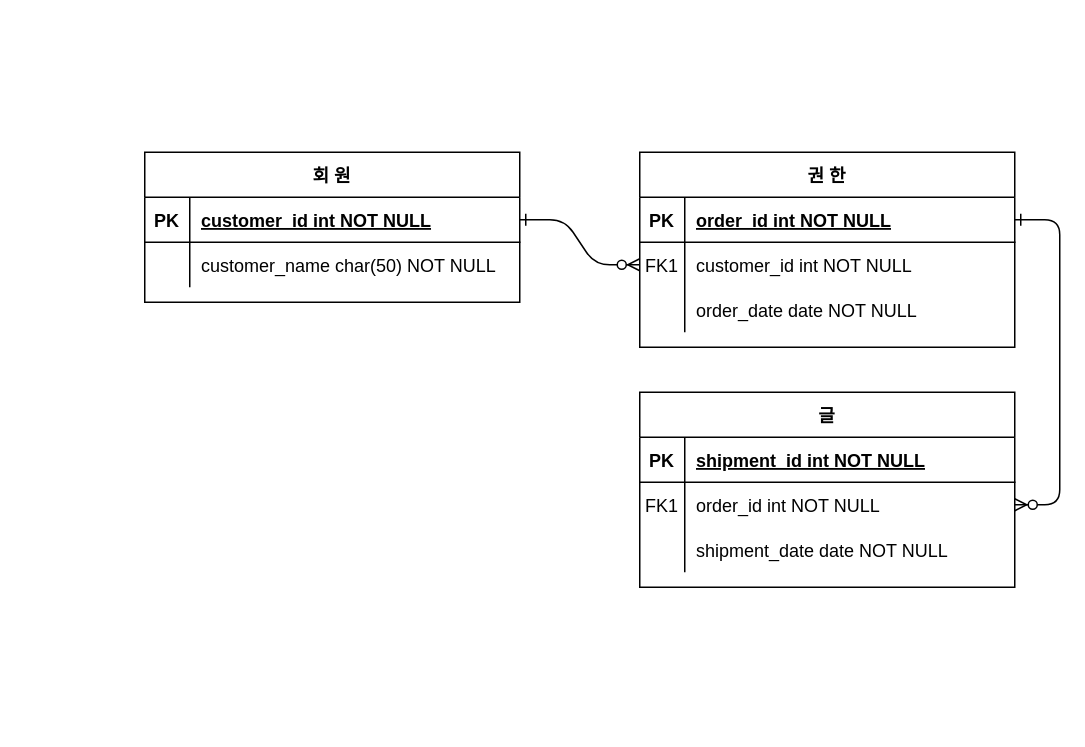
Earlier version of the draw.io diagram community_ero.drawio (kjw1995/community). Source tidied: cells renumbered, new cells numbered last; positions are measured from the earlier drawing's top-left corner, leaving out a move shared by most shapes. Both pictures are drawn from the tidied source at 150%, with x=0, y=0 at pixel (144, 152).
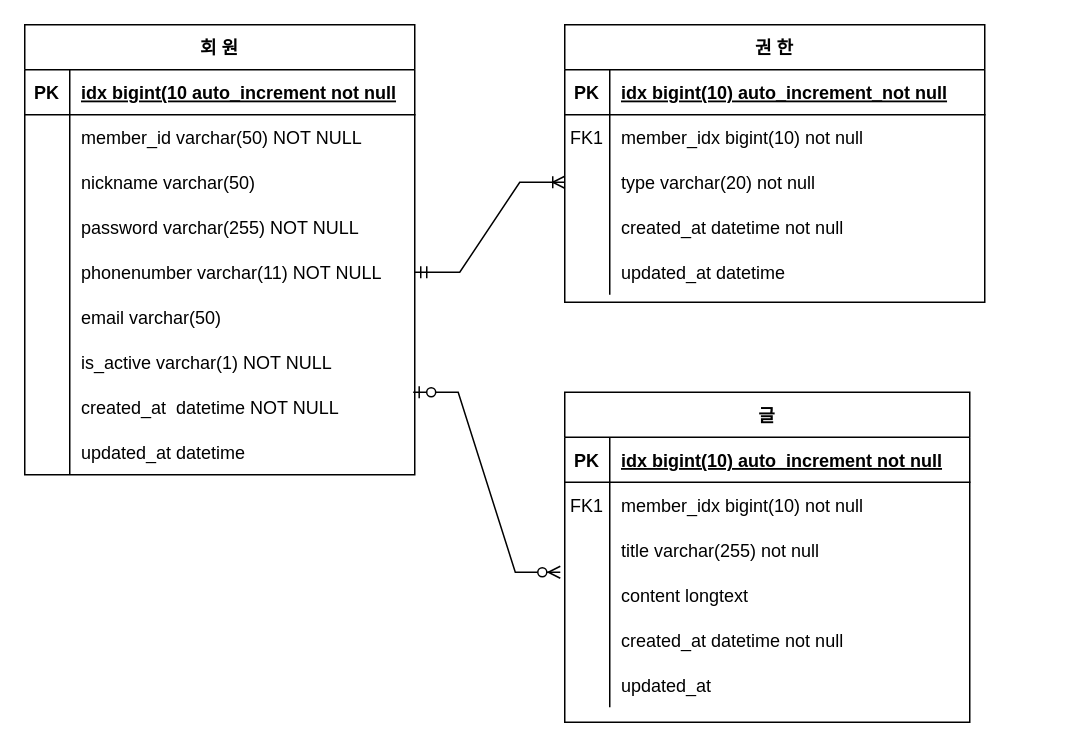
Above is the later version.

Commit message:
E-R 다이어그램 수정

What changed in the source:
```diff
@@
-    <mxCell id="2" style="edgeStyle=entityRelationEdgeStyle;endArrow=ERzeroToMany;startArrow=ERone;endFill=1;startFill=0;" parent="1" edge="1" source="25" target="8">
-      <mxGeometry relative="1" as="geometry" />
-    </mxCell>
-    <mxCell id="3" style="edgeStyle=entityRelationEdgeStyle;endArrow=ERzeroToMany;startArrow=ERone;endFill=1;startFill=0;" parent="1" edge="1" source="5" target="18">
-      <mxGeometry relative="1" as="geometry" />
-    </mxCell>
     <mxCell id="4" value="권 한" style="shape=table;startSize=30;childLayout=tableLayout;rowLines=0;fontStyle=1;align=center;" parent="1" vertex="1">
-      <mxGeometry x="330" width="250" height="130" as="geometry" />
+      <mxGeometry x="280" y="-85" width="280" height="185" as="geometry" />
     </mxCell>
     <mxCell id="5" style="shape=partialRectangle;fillColor=none;points=[[0,0.5],[1,0.5]];portConstraint=eastwest;top=0;left=0;right=0;bottom=1;" parent="4" vertex="1">
-      <mxGeometry y="30" width="250" height="30" as="geometry" />
+      <mxGeometry y="30" width="280" height="30" as="geometry" />
     </mxCell>
@@
-    <mxCell id="7" value="order_id int NOT NULL " style="shape=partialRectangle;overflow=hidden;fillColor=none;top=0;left=0;bottom=0;right=0;align=left;spacingLeft=6;fontStyle=5;" parent="5" vertex="1">
-      <mxGeometry x="30" width="220" height="30" as="geometry" />
+    <mxCell id="7" value="idx bigint(10) auto_increment_not null" style="shape=partialRectangle;overflow=hidden;fillColor=none;top=0;left=0;bottom=0;right=0;align=left;spacingLeft=6;fontStyle=5;" parent="5" vertex="1">
+      <mxGeometry x="30" width="250" height="30" as="geometry" />
     </mxCell>
     <mxCell id="8" style="shape=partialRectangle;fillColor=none;points=[[0,0.5],[1,0.5]];portConstraint=eastwest;top=0;left=0;right=0;bottom=0;" parent="4" vertex="1">
-      <mxGeometry y="60" width="250" height="30" as="geometry" />
+      <mxGeometry y="60" width="280" height="30" as="geometry" />
     </mxCell>
@@
-    <mxCell id="10" value="customer_id int NOT NULL" style="shape=partialRectangle;overflow=hidden;fillColor=none;top=0;left=0;bottom=0;right=0;align=left;spacingLeft=6;" parent="8" vertex="1">
-      <mxGeometry x="30" width="220" height="30" as="geometry" />
+    <mxCell id="10" value="member_idx bigint(10) not null" style="shape=partialRectangle;overflow=hidden;fillColor=none;top=0;left=0;bottom=0;right=0;align=left;spacingLeft=6;" parent="8" vertex="1">
+      <mxGeometry x="30" width="250" height="30" as="geometry" />
     </mxCell>
     <mxCell id="11" style="shape=partialRectangle;fillColor=none;points=[[0,0.5],[1,0.5]];portConstraint=eastwest;top=0;left=0;right=0;bottom=0;" parent="4" vertex="1">
-      <mxGeometry y="90" width="250" height="30" as="geometry" />
+      <mxGeometry y="90" width="280" height="30" as="geometry" />
     </mxCell>
@@
-    <mxCell id="13" value="order_date date NOT NULL" style="shape=partialRectangle;overflow=hidden;fillColor=none;top=0;left=0;bottom=0;right=0;align=left;spacingLeft=6;" parent="11" vertex="1">
-      <mxGeometry x="30" width="220" height="30" as="geometry" />
+    <mxCell id="13" value="type varchar(20) not null" style="shape=partialRectangle;overflow=hidden;fillColor=none;top=0;left=0;bottom=0;right=0;align=left;spacingLeft=6;" parent="11" vertex="1">
+      <mxGeometry x="30" width="250" height="30" as="geometry" />
     </mxCell>
+    <mxCell id="31" style="shape=partialRectangle;fillColor=none;top=0;left=0;right=0;bottom=0;" parent="4" vertex="1">
+      <mxGeometry y="120" width="280" height="30" as="geometry" />
+    </mxCell>
+    <mxCell id="32" style="shape=partialRectangle;overflow=hidden;fillColor=none;top=0;left=0;bottom=0;right=0;" parent="31" vertex="1">
+      <mxGeometry width="30" height="30" as="geometry" />
+    </mxCell>
+    <mxCell id="33" value="created_at datetime not null" style="shape=partialRectangle;overflow=hidden;fillColor=none;top=0;left=0;bottom=0;right=0;align=left;spacingLeft=6;" parent="31" vertex="1">
+      <mxGeometry x="30" width="250" height="30" as="geometry" />
+    </mxCell>
+    <mxCell id="34" style="shape=partialRectangle;fillColor=none;top=0;left=0;right=0;bottom=0;" parent="4" vertex="1">
+      <mxGeometry y="150" width="280" height="30" as="geometry" />
+    </mxCell>
+    <mxCell id="35" style="shape=partialRectangle;overflow=hidden;fillColor=none;top=0;left=0;bottom=0;right=0;" parent="34" vertex="1">
+      <mxGeometry width="30" height="30" as="geometry" />
+    </mxCell>
+    <mxCell id="36" value="updated_at datetime" style="shape=partialRectangle;overflow=hidden;fillColor=none;top=0;left=0;bottom=0;right=0;align=left;spacingLeft=6;" parent="34" vertex="1">
+      <mxGeometry x="30" width="250" height="30" as="geometry" />
+    </mxCell>
     <mxCell id="14" value="글" style="shape=table;startSize=30;childLayout=tableLayout;rowLines=0;fontStyle=1;align=center;" parent="1" vertex="1">
-      <mxGeometry x="330" y="160" width="250" height="130" as="geometry" />
+      <mxGeometry x="280" y="160" width="270" height="220" as="geometry" />
     </mxCell>
     <mxCell id="15" style="shape=partialRectangle;fillColor=none;top=0;left=0;right=0;bottom=1;" parent="14" vertex="1">
-      <mxGeometry y="30" width="250" height="30" as="geometry" />
+      <mxGeometry y="30" width="270" height="30" as="geometry" />
     </mxCell>
@@
-    <mxCell id="17" value="shipment_id int NOT NULL " style="shape=partialRectangle;overflow=hidden;fillColor=none;top=0;left=0;bottom=0;right=0;align=left;spacingLeft=6;fontStyle=5;" parent="15" vertex="1">
-      <mxGeometry x="30" width="220" height="30" as="geometry" />
+    <mxCell id="17" value="idx bigint(10) auto_increment not null" style="shape=partialRectangle;overflow=hidden;fillColor=none;top=0;left=0;bottom=0;right=0;align=left;spacingLeft=6;fontStyle=5;" parent="15" vertex="1">
+      <mxGeometry x="30" width="240" height="30" as="geometry" />
     </mxCell>
     <mxCell id="18" style="shape=partialRectangle;fillColor=none;points=[[0,0.5],[1,0.5]];portConstraint=eastwest;top=0;left=0;right=0;bottom=0;" parent="14" vertex="1">
-      <mxGeometry y="60" width="250" height="30" as="geometry" />
+      <mxGeometry y="60" width="270" height="30" as="geometry" />
     </mxCell>
@@
-    <mxCell id="20" value="order_id int NOT NULL" style="shape=partialRectangle;overflow=hidden;fillColor=none;top=0;left=0;bottom=0;right=0;align=left;spacingLeft=6;" parent="18" vertex="1">
-      <mxGeometry x="30" width="220" height="30" as="geometry" />
+    <mxCell id="20" value="member_idx bigint(10) not null" style="shape=partialRectangle;overflow=hidden;fillColor=none;top=0;left=0;bottom=0;right=0;align=left;spacingLeft=6;" parent="18" vertex="1">
+      <mxGeometry x="30" width="240" height="30" as="geometry" />
     </mxCell>
     <mxCell id="21" style="shape=partialRectangle;fillColor=none;top=0;left=0;right=0;bottom=0;" parent="14" vertex="1">
-      <mxGeometry y="90" width="250" height="30" as="geometry" />
+      <mxGeometry y="90" width="270" height="30" as="geometry" />
     </mxCell>
@@
-    <mxCell id="23" value="shipment_date date NOT NULL" style="shape=partialRectangle;overflow=hidden;fillColor=none;top=0;left=0;bottom=0;right=0;align=left;spacingLeft=6;" parent="21" vertex="1">
-      <mxGeometry x="30" width="220" height="30" as="geometry" />
+    <mxCell id="23" value="title varchar(255) not null" style="shape=partialRectangle;overflow=hidden;fillColor=none;top=0;left=0;bottom=0;right=0;align=left;spacingLeft=6;" parent="21" vertex="1">
+      <mxGeometry x="30" width="240" height="30" as="geometry" />
     </mxCell>
+    <mxCell id="37" style="shape=partialRectangle;fillColor=none;points=[[0,0.5],[1,0.5]];portConstraint=eastwest;top=0;left=0;right=0;bottom=0;" parent="14" vertex="1">
+      <mxGeometry y="120" width="270" height="30" as="geometry" />
+    </mxCell>
+    <mxCell id="38" style="shape=partialRectangle;overflow=hidden;fillColor=none;top=0;left=0;bottom=0;right=0;" parent="37" vertex="1">
+      <mxGeometry width="30" height="30" as="geometry" />
+    </mxCell>
+    <mxCell id="39" value="content longtext" style="shape=partialRectangle;overflow=hidden;fillColor=none;top=0;left=0;bottom=0;right=0;align=left;spacingLeft=6;" parent="37" vertex="1">
+      <mxGeometry x="30" width="240" height="30" as="geometry" />
+    </mxCell>
+    <mxCell id="40" style="shape=partialRectangle;fillColor=none;top=0;left=0;right=0;bottom=0;" parent="14" vertex="1">
+      <mxGeometry y="150" width="270" height="30" as="geometry" />
+    </mxCell>
+    <mxCell id="41" style="shape=partialRectangle;overflow=hidden;fillColor=none;top=0;left=0;bottom=0;right=0;" parent="40" vertex="1">
+      <mxGeometry width="30" height="30" as="geometry" />
+    </mxCell>
+    <mxCell id="42" value="created_at datetime not null" style="shape=partialRectangle;overflow=hidden;fillColor=none;top=0;left=0;bottom=0;right=0;align=left;spacingLeft=6;" parent="40" vertex="1">
+      <mxGeometry x="30" width="240" height="30" as="geometry" />
+    </mxCell>
+    <mxCell id="43" style="shape=partialRectangle;fillColor=none;top=0;left=0;right=0;bottom=0;" parent="14" vertex="1">
+      <mxGeometry y="180" width="270" height="30" as="geometry" />
+    </mxCell>
+    <mxCell id="44" style="shape=partialRectangle;overflow=hidden;fillColor=none;top=0;left=0;bottom=0;right=0;" parent="43" vertex="1">
+      <mxGeometry width="30" height="30" as="geometry" />
+    </mxCell>
+    <mxCell id="45" value="updated_at" style="shape=partialRectangle;overflow=hidden;fillColor=none;top=0;left=0;bottom=0;right=0;align=left;spacingLeft=6;" parent="43" vertex="1">
+      <mxGeometry x="30" width="240" height="30" as="geometry" />
+    </mxCell>
     <mxCell id="24" value="회 원" style="shape=table;startSize=30;childLayout=tableLayout;rowLines=0;fontStyle=1;align=center;" parent="1" vertex="1">
-      <mxGeometry width="250" height="100" as="geometry" />
+      <mxGeometry x="-80" y="-85" width="260" height="300" as="geometry" />
     </mxCell>
     <mxCell id="25" style="shape=partialRectangle;fillColor=none;points=[[0,0.5],[1,0.5]];portConstraint=eastwest;top=0;left=0;right=0;bottom=1;" parent="24" vertex="1">
-      <mxGeometry y="30" width="250" height="30" as="geometry" />
+      <mxGeometry y="30" width="260" height="30" as="geometry" />
     </mxCell>
@@
-    <mxCell id="27" value="customer_id int NOT NULL " style="shape=partialRectangle;overflow=hidden;fillColor=none;top=0;left=0;bottom=0;right=0;align=left;spacingLeft=6;fontStyle=5;" parent="25" vertex="1">
-      <mxGeometry x="30" width="220" height="30" as="geometry" />
+    <mxCell id="27" value="idx bigint(10 auto_increment not null" style="shape=partialRectangle;overflow=hidden;fillColor=none;top=0;left=0;bottom=0;right=0;align=left;spacingLeft=6;fontStyle=5;" parent="25" vertex="1">
+      <mxGeometry x="30" width="230" height="30" as="geometry" />
     </mxCell>
     <mxCell id="28" style="shape=partialRectangle;fillColor=none;top=0;left=0;right=0;bottom=0;" parent="24" vertex="1">
-      <mxGeometry y="60" width="250" height="30" as="geometry" />
+      <mxGeometry y="60" width="260" height="30" as="geometry" />
     </mxCell>
@@
-    <mxCell id="30" value="customer_name char(50) NOT NULL" style="shape=partialRectangle;overflow=hidden;fillColor=none;top=0;left=0;bottom=0;right=0;align=left;spacingLeft=6;" parent="28" vertex="1">
-      <mxGeometry x="30" width="220" height="30" as="geometry" />
+    <mxCell id="30" value="member_id varchar(50) NOT NULL" style="shape=partialRectangle;overflow=hidden;fillColor=none;top=0;left=0;bottom=0;right=0;align=left;spacingLeft=6;" parent="28" vertex="1">
+      <mxGeometry x="30" width="230" height="30" as="geometry" />
     </mxCell>
+    <mxCell id="46" style="shape=partialRectangle;fillColor=none;top=0;left=0;right=0;bottom=0;" parent="24" vertex="1">
+      <mxGeometry y="90" width="260" height="30" as="geometry" />
+    </mxCell>
+    <mxCell id="47" style="shape=partialRectangle;overflow=hidden;fillColor=none;top=0;left=0;bottom=0;right=0;" parent="46" vertex="1">
+      <mxGeometry width="30" height="30" as="geometry" />
+    </mxCell>
+    <mxCell id="48" value="nickname varchar(50)" style="shape=partialRectangle;overflow=hidden;fillColor=none;top=0;left=0;bottom=0;right=0;align=left;spacingLeft=6;" parent="46" vertex="1">
+      <mxGeometry x="30" width="230" height="30" as="geometry" />
+    </mxCell>
+    <mxCell id="49" style="shape=partialRectangle;fillColor=none;top=0;left=0;right=0;bottom=0;" parent="24" vertex="1">
+      <mxGeometry y="120" width="260" height="30" as="geometry" />
+    </mxCell>
+    <mxCell id="50" style="shape=partialRectangle;overflow=hidden;fillColor=none;top=0;left=0;bottom=0;right=0;" parent="49" vertex="1">
+      <mxGeometry width="30" height="30" as="geometry" />
+    </mxCell>
+    <mxCell id="51" value="password varchar(255) NOT NULL" style="shape=partialRectangle;overflow=hidden;fillColor=none;top=0;left=0;bottom=0;right=0;align=left;spacingLeft=6;" parent="49" vertex="1">
+      <mxGeometry x="30" width="230" height="30" as="geometry" />
+    </mxCell>
+    <mxCell id="52" style="shape=partialRectangle;fillColor=none;points=[[0,0.5],[1,0.5]];portConstraint=eastwest;top=0;left=0;right=0;bottom=0;" parent="24" vertex="1">
+      <mxGeometry y="150" width="260" height="30" as="geometry" />
+    </mxCell>
+    <mxCell id="53" style="shape=partialRectangle;overflow=hidden;fillColor=none;top=0;left=0;bottom=0;right=0;" parent="52" vertex="1">
+      <mxGeometry width="30" height="30" as="geometry" />
+    </mxCell>
+    <mxCell id="54" value="phonenumber varchar(11) NOT NULL" style="shape=partialRectangle;overflow=hidden;fillColor=none;top=0;left=0;bottom=0;right=0;align=left;spacingLeft=6;" parent="52" vertex="1">
+      <mxGeometry x="30" width="230" height="30" as="geometry" />
+    </mxCell>
+    <mxCell id="55" style="shape=partialRectangle;fillColor=none;top=0;left=0;right=0;bottom=0;" parent="24" vertex="1">
+      <mxGeometry y="180" width="260" height="30" as="geometry" />
+    </mxCell>
+    <mxCell id="56" style="shape=partialRectangle;overflow=hidden;fillColor=none;top=0;left=0;bottom=0;right=0;" parent="55" vertex="1">
+      <mxGeometry width="30" height="30" as="geometry" />
+    </mxCell>
+    <mxCell id="57" value="email varchar(50)" style="shape=partialRectangle;overflow=hidden;fillColor=none;top=0;left=0;bottom=0;right=0;align=left;spacingLeft=6;" parent="55" vertex="1">
+      <mxGeometry x="30" width="230" height="30" as="geometry" />
+    </mxCell>
+    <mxCell id="58" style="shape=partialRectangle;fillColor=none;top=0;left=0;right=0;bottom=0;" parent="24" vertex="1">
+      <mxGeometry y="210" width="260" height="30" as="geometry" />
+    </mxCell>
+    <mxCell id="59" style="shape=partialRectangle;overflow=hidden;fillColor=none;top=0;left=0;bottom=0;right=0;" parent="58" vertex="1">
+      <mxGeometry width="30" height="30" as="geometry" />
+    </mxCell>
+    <mxCell id="60" value="is_active varchar(1) NOT NULL" style="shape=partialRectangle;overflow=hidden;fillColor=none;top=0;left=0;bottom=0;right=0;align=left;spacingLeft=6;" parent="58" vertex="1">
+      <mxGeometry x="30" width="230" height="30" as="geometry" />
+    </mxCell>
+    <mxCell id="61" style="shape=partialRectangle;fillColor=none;points=[[0,0.5],[1,0.5]];portConstraint=eastwest;top=0;left=0;right=0;bottom=0;" parent="24" vertex="1">
+      <mxGeometry y="240" width="260" height="30" as="geometry" />
+    </mxCell>
+    <mxCell id="62" style="shape=partialRectangle;overflow=hidden;fillColor=none;top=0;left=0;bottom=0;right=0;" parent="61" vertex="1">
+      <mxGeometry width="30" height="30" as="geometry" />
+    </mxCell>
+    <mxCell id="63" value="created_at  datetime NOT NULL" style="shape=partialRectangle;overflow=hidden;fillColor=none;top=0;left=0;bottom=0;right=0;align=left;spacingLeft=6;" parent="61" vertex="1">
+      <mxGeometry x="30" width="230" height="30" as="geometry" />
+    </mxCell>
+    <mxCell id="64" style="shape=partialRectangle;fillColor=none;top=0;left=0;right=0;bottom=0;" parent="24" vertex="1">
+      <mxGeometry y="270" width="260" height="30" as="geometry" />
+    </mxCell>
+    <mxCell id="65" style="shape=partialRectangle;overflow=hidden;fillColor=none;top=0;left=0;bottom=0;right=0;" parent="64" vertex="1">
+      <mxGeometry width="30" height="30" as="geometry" />
+    </mxCell>
+    <mxCell id="66" value="updated_at datetime" style="shape=partialRectangle;overflow=hidden;fillColor=none;top=0;left=0;bottom=0;right=0;align=left;spacingLeft=6;" parent="64" vertex="1">
+      <mxGeometry x="30" width="230" height="30" as="geometry" />
+    </mxCell>
+    <mxCell id="67" style="edgeStyle=entityRelationEdgeStyle;fontSize=12;html=1;endArrow=ERoneToMany;startArrow=ERmandOne;rounded=0;exitX=1;exitY=0.5;exitDx=0;exitDy=0;entryX=0;entryY=0.5;entryDx=0;entryDy=0;" parent="1" edge="1" source="52" target="11">
+      <mxGeometry relative="1" as="geometry" />
+    </mxCell>
+    <mxCell id="68" style="edgeStyle=entityRelationEdgeStyle;fontSize=12;html=1;endArrow=ERzeroToMany;startArrow=ERzeroToOne;rounded=0;exitX=0.996;exitY=0.167;exitDx=0;exitDy=0;exitPerimeter=0;entryX=-0.011;entryY=0;entryDx=0;entryDy=0;entryPerimeter=0;" parent="1" edge="1" source="61" target="37">
+      <mxGeometry relative="1" as="geometry" />
+    </mxCell>
```
